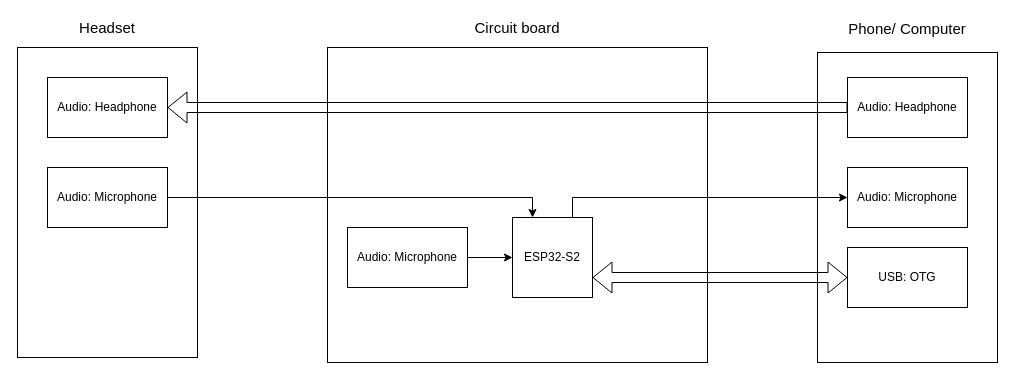
Above: Electronics/Documentation/Functional_Overview.drawio in JoeyStrandnes/VoiceModulator (draw.io), before the change. Source tidied: cells renumbered, new cells numbered last; positions are measured from the earlier drawing's top-left corner, leaving out a move shared by most shapes. Both pictures are drawn from the tidied source at 100%, with x=0, y=0 at pixel (17, 17).
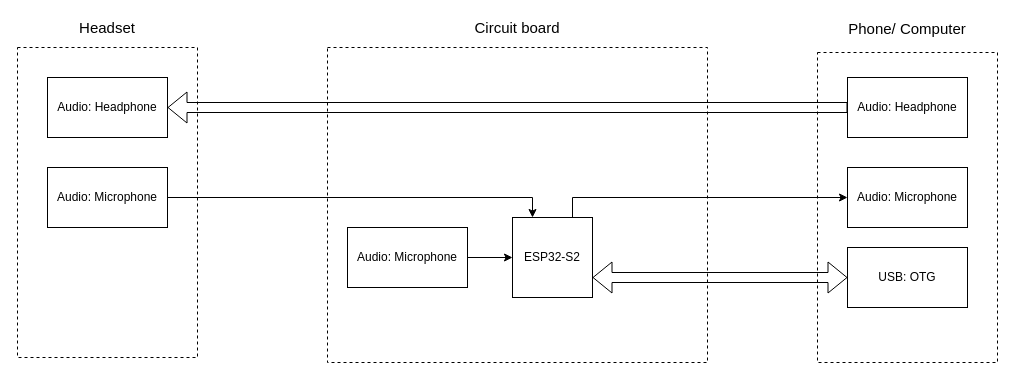
The same diagram, later.

Diff of the diagram source:
```diff
@@
 <mxGraphModel>
   <root>
     <mxCell id="0" />
     <mxCell id="1" parent="0" />
     <mxCell id="2" style="edgeStyle=orthogonalEdgeStyle;rounded=0;jettySize=auto;html=1;exitX=0.75;exitY=0;exitDx=0;exitDy=0;" parent="1" edge="1" source="3" target="4">
       <mxGeometry relative="1" as="geometry" />
     </mxCell>
     <mxCell id="3" value="ESP32-S2" style="whiteSpace=wrap;html=1;" parent="1" vertex="1">
       <mxGeometry x="495" y="200" width="80" height="80" as="geometry" />
     </mxCell>
     <mxCell id="4" value="Audio: Microphone" style="rounded=0;whiteSpace=wrap;html=1;" parent="1" vertex="1">
       <mxGeometry x="830" y="150" width="120" height="60" as="geometry" />
     </mxCell>
     <mxCell id="5" value="Audio: Headphone" style="rounded=0;whiteSpace=wrap;html=1;" parent="1" vertex="1">
       <mxGeometry x="830" y="60" width="120" height="60" as="geometry" />
     </mxCell>
     <mxCell id="6" value="USB: OTG" style="rounded=0;whiteSpace=wrap;html=1;" parent="1" vertex="1">
       <mxGeometry x="830" y="230" width="120" height="60" as="geometry" />
     </mxCell>
-    <mxCell id="7" style="rounded=0;whiteSpace=wrap;html=1;fillColor=none;" parent="1" vertex="1">
+    <mxCell id="7" style="rounded=0;whiteSpace=wrap;html=1;fillColor=none;dashed=1;" parent="1" vertex="1">
       <mxGeometry x="310" y="30" width="380" height="315" as="geometry" />
     </mxCell>
     <mxCell id="8" value="&lt;font style=&quot;font-size: 15px&quot;&gt;Phone/ Computer&lt;br&gt;&lt;br&gt;&lt;/font&gt;" style="text;html=1;strokeColor=none;fillColor=none;align=center;verticalAlign=middle;whiteSpace=wrap;rounded=0;" parent="1" vertex="1">
       <mxGeometry x="830" y="10" width="120" height="20" as="geometry" />
     </mxCell>
     <mxCell id="9" value="Audio: Headphone" style="rounded=0;whiteSpace=wrap;html=1;" parent="1" vertex="1">
       <mxGeometry x="30" y="60" width="120" height="60" as="geometry" />
     </mxCell>
-    <mxCell id="10" style="rounded=0;whiteSpace=wrap;html=1;fillColor=none;" parent="1" vertex="1">
+    <mxCell id="10" style="rounded=0;whiteSpace=wrap;html=1;fillColor=none;dashed=1;" parent="1" vertex="1">
       <mxGeometry y="30" width="180" height="310" as="geometry" />
     </mxCell>
     <mxCell id="11" value="&lt;font style=&quot;font-size: 15px&quot;&gt;Headset&lt;/font&gt;" style="text;html=1;strokeColor=none;fillColor=none;align=center;verticalAlign=middle;whiteSpace=wrap;rounded=0;" parent="1" vertex="1">
       <mxGeometry x="70" width="40" height="20" as="geometry" />
     </mxCell>
     <mxCell id="12" style="shape=flexArrow;endArrow=classic;startArrow=classic;html=1;entryX=0;entryY=0.5;entryDx=0;entryDy=0;exitX=1;exitY=0.75;exitDx=0;exitDy=0;" parent="1" edge="1" source="3" target="6">
       <mxGeometry relative="1" as="geometry" />
     </mxCell>
     <mxCell id="13" style="edgeStyle=orthogonalEdgeStyle;rounded=0;jettySize=auto;html=1;entryX=0.25;entryY=0;entryDx=0;entryDy=0;" parent="1" edge="1" source="14" target="3">
       <mxGeometry relative="1" as="geometry" />
     </mxCell>
     <mxCell id="14" value="Audio: Microphone" style="rounded=0;whiteSpace=wrap;html=1;" parent="1" vertex="1">
       <mxGeometry x="30" y="150" width="120" height="60" as="geometry" />
     </mxCell>
     <mxCell id="15" style="shape=flexArrow;endArrow=classic;html=1;exitX=0;exitY=0.5;exitDx=0;exitDy=0;entryX=1;entryY=0.5;entryDx=0;entryDy=0;" parent="1" edge="1" source="5" target="9">
       <mxGeometry relative="1" as="geometry" />
     </mxCell>
     <mxCell id="16" style="edgeStyle=orthogonalEdgeStyle;rounded=0;jettySize=auto;html=1;entryX=0;entryY=0.5;entryDx=0;entryDy=0;" parent="1" edge="1" source="17" target="3">
       <mxGeometry relative="1" as="geometry" />
     </mxCell>
     <mxCell id="17" value="Audio: Microphone" style="rounded=0;whiteSpace=wrap;html=1;" parent="1" vertex="1">
       <mxGeometry x="330" y="210" width="120" height="60" as="geometry" />
     </mxCell>
-    <mxCell id="18" style="rounded=0;whiteSpace=wrap;html=1;fillColor=none;" parent="1" vertex="1">
+    <mxCell id="18" style="rounded=0;whiteSpace=wrap;html=1;fillColor=none;dashed=1;" parent="1" vertex="1">
       <mxGeometry x="800" y="35" width="180" height="310" as="geometry" />
     </mxCell>
     <mxCell id="19" value="&lt;font style=&quot;font-size: 15px&quot;&gt;Circuit board&lt;/font&gt;" style="text;html=1;strokeColor=none;fillColor=none;align=center;verticalAlign=middle;whiteSpace=wrap;rounded=0;" parent="1" vertex="1">
       <mxGeometry x="420" width="160" height="20" as="geometry" />
     </mxCell>
   </root>
 </mxGraphModel>
```
